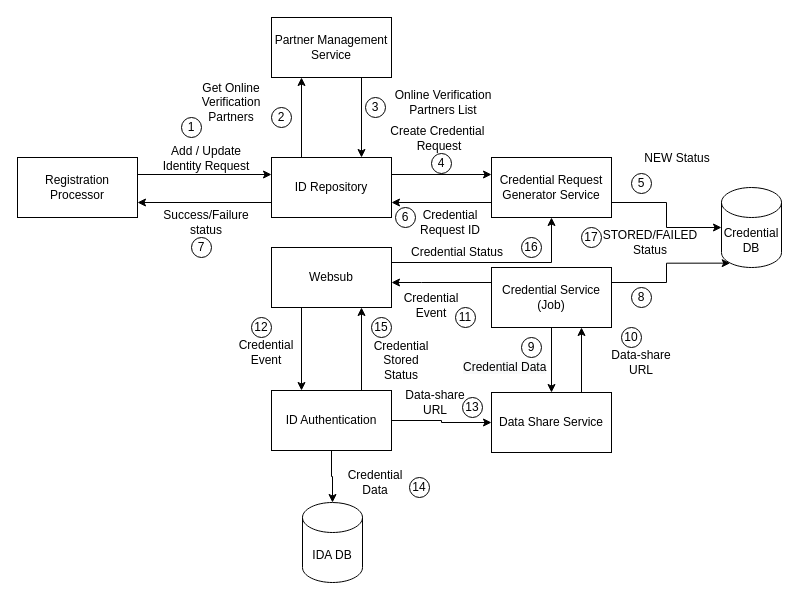
mosip/documentation keeps this draw.io diagram as docs/_images/ida-credential-flow.drawio. Above is the earlier version. Source tidied: cells renumbered, new cells numbered last; positions are measured from the earlier drawing's top-left corner, leaving out a move shared by most shapes. Both pictures are drawn from the tidied source at 100%, with x=0, y=0 at pixel (17, 17).
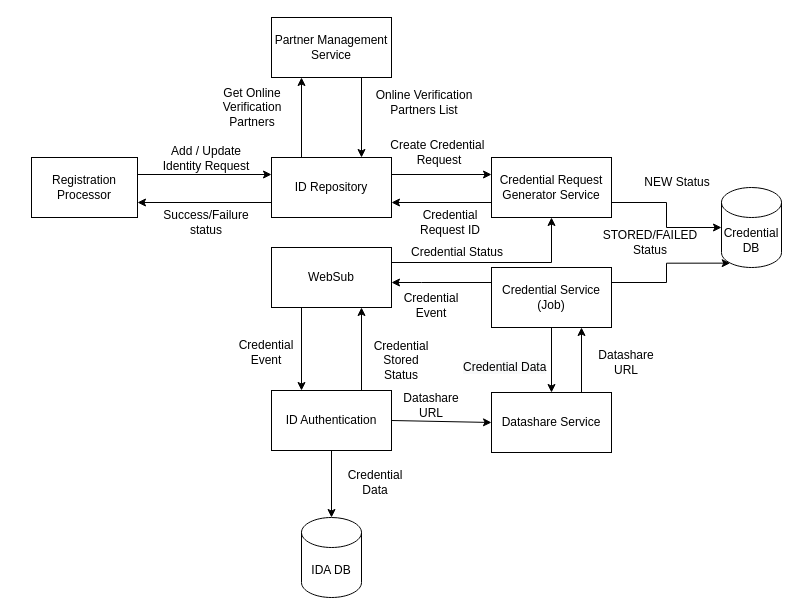
The same diagram, later.

The change refers to these unchanged cells:
```xml
<mxCell id="21" value="ID Authentication" style="rounded=0;whiteSpace=wrap;html=1;" parent="1" vertex="1">
  <mxGeometry x="254" y="373" width="120" height="60" as="geometry" />
</mxCell>
```

Change to the diagram source:
```diff
@@
-    <mxCell id="4" value="Websub" style="rounded=0;whiteSpace=wrap;html=1;" parent="1" vertex="1">
+    <mxCell id="4" value="WebSub" style="rounded=0;whiteSpace=wrap;html=1;" parent="1" vertex="1">
       <mxGeometry x="254" y="230" width="120" height="60" as="geometry" />
     </mxCell>
     <mxCell id="5" value="Registration Processor" style="rounded=0;whiteSpace=wrap;html=1;" parent="1" vertex="1">
-      <mxGeometry y="140" width="120" height="60" as="geometry" />
+      <mxGeometry x="14" y="140" width="106" height="60" as="geometry" />
     </mxCell>
@@
-    <mxCell id="20" style="edgeStyle=orthogonalEdgeStyle;rounded=0;jettySize=auto;html=1;entryX=0;entryY=0.5;entryDx=0;entryDy=0;" parent="1" edge="1" source="21" target="37">
-      <mxGeometry relative="1" as="geometry" />
-    </mxCell>
@@
     <mxCell id="25" value="Get Online Verification Partners" style="text;html=1;strokeColor=none;fillColor=none;align=center;verticalAlign=middle;whiteSpace=wrap;rounded=0;" parent="1" vertex="1">
-      <mxGeometry x="164" y="70" width="100" height="30" as="geometry" />
+      <mxGeometry x="185" y="75" width="100" height="30" as="geometry" />
     </mxCell>
     <mxCell id="26" value="Online Verification Partners List" style="text;html=1;strokeColor=none;fillColor=none;align=center;verticalAlign=middle;whiteSpace=wrap;rounded=0;" parent="1" vertex="1">
-      <mxGeometry x="368" y="70" width="116" height="30" as="geometry" />
+      <mxGeometry x="349" y="70" width="116" height="30" as="geometry" />
     </mxCell>
@@
     <mxCell id="28" value="Create Credential&amp;nbsp;&lt;br&gt;Request" style="text;html=1;strokeColor=none;fillColor=none;align=center;verticalAlign=middle;whiteSpace=wrap;rounded=0;" parent="1" vertex="1">
-      <mxGeometry x="364" y="106" width="116" height="30" as="geometry" />
+      <mxGeometry x="364" y="120" width="116" height="30" as="geometry" />
     </mxCell>
@@
     <mxCell id="30" value="IDA DB" style="shape=cylinder3;whiteSpace=wrap;html=1;boundedLbl=1;backgroundOutline=1;size=15;" parent="1" vertex="1">
-      <mxGeometry x="285" y="485" width="60" height="80" as="geometry" />
+      <mxGeometry x="284" y="500" width="60" height="80" as="geometry" />
     </mxCell>
@@
-    <mxCell id="37" value="Data Share Service" style="rounded=0;whiteSpace=wrap;html=1;" parent="1" vertex="1">
+    <mxCell id="37" value="Datashare Service" style="rounded=0;whiteSpace=wrap;html=1;" parent="1" vertex="1">
       <mxGeometry x="474" y="375" width="120" height="60" as="geometry" />
     </mxCell>
@@
-    <mxCell id="39" value="Data-share URL" style="text;html=1;strokeColor=none;fillColor=none;align=center;verticalAlign=middle;whiteSpace=wrap;rounded=0;" parent="1" vertex="1">
-      <mxGeometry x="584" y="330" width="80" height="30" as="geometry" />
+    <mxCell id="39" value="Datashare URL" style="text;html=1;strokeColor=none;fillColor=none;align=center;verticalAlign=middle;whiteSpace=wrap;rounded=0;" parent="1" vertex="1">
+      <mxGeometry x="574" y="330" width="70" height="30" as="geometry" />
     </mxCell>
-    <mxCell id="40" value="Data-share URL" style="text;html=1;strokeColor=none;fillColor=none;align=center;verticalAlign=middle;whiteSpace=wrap;rounded=0;" parent="1" vertex="1">
-      <mxGeometry x="378" y="370" width="80" height="30" as="geometry" />
+    <mxCell id="40" value="Datashare URL" style="text;html=1;strokeColor=none;fillColor=none;align=center;verticalAlign=middle;whiteSpace=wrap;rounded=0;" parent="1" vertex="1">
+      <mxGeometry x="374" y="375" width="80" height="25" as="geometry" />
     </mxCell>
-    <mxCell id="41" value="1" style="ellipse;whiteSpace=wrap;html=1;" parent="1" vertex="1">
-      <mxGeometry x="164" y="100" width="20" height="20" as="geometry" />
-    </mxCell>
-    <mxCell id="42" value="2" style="ellipse;whiteSpace=wrap;html=1;" parent="1" vertex="1">
-      <mxGeometry x="254" y="90" width="20" height="20" as="geometry" />
-    </mxCell>
-    <mxCell id="43" value="3" style="ellipse;whiteSpace=wrap;html=1;" parent="1" vertex="1">
-      <mxGeometry x="348" y="80" width="20" height="20" as="geometry" />
-    </mxCell>
-    <mxCell id="44" value="4" style="ellipse;whiteSpace=wrap;html=1;" parent="1" vertex="1">
-      <mxGeometry x="414" y="136" width="20" height="20" as="geometry" />
-    </mxCell>
-    <mxCell id="45" value="6" style="ellipse;whiteSpace=wrap;html=1;" parent="1" vertex="1">
-      <mxGeometry x="378" y="190" width="20" height="20" as="geometry" />
-    </mxCell>
-    <mxCell id="46" value="7" style="ellipse;whiteSpace=wrap;html=1;" parent="1" vertex="1">
-      <mxGeometry x="174" y="220" width="20" height="20" as="geometry" />
-    </mxCell>
-    <mxCell id="47" value="5" style="ellipse;whiteSpace=wrap;html=1;" parent="1" vertex="1">
-      <mxGeometry x="614" y="156" width="20" height="20" as="geometry" />
-    </mxCell>
-    <mxCell id="48" value="8" style="ellipse;whiteSpace=wrap;html=1;" parent="1" vertex="1">
-      <mxGeometry x="614" y="270" width="20" height="20" as="geometry" />
-    </mxCell>
-    <mxCell id="49" value="9" style="ellipse;whiteSpace=wrap;html=1;" parent="1" vertex="1">
-      <mxGeometry x="504" y="320" width="20" height="20" as="geometry" />
-    </mxCell>
-    <mxCell id="50" value="10" style="ellipse;whiteSpace=wrap;html=1;" parent="1" vertex="1">
-      <mxGeometry x="604" y="310" width="20" height="20" as="geometry" />
-    </mxCell>
-    <mxCell id="51" value="11" style="ellipse;whiteSpace=wrap;html=1;" parent="1" vertex="1">
-      <mxGeometry x="438" y="290" width="20" height="20" as="geometry" />
-    </mxCell>
-    <mxCell id="52" value="12" style="ellipse;whiteSpace=wrap;html=1;" parent="1" vertex="1">
-      <mxGeometry x="234" y="300" width="20" height="20" as="geometry" />
-    </mxCell>
-    <mxCell id="53" value="15" style="ellipse;whiteSpace=wrap;html=1;" parent="1" vertex="1">
-      <mxGeometry x="354" y="300" width="20" height="20" as="geometry" />
-    </mxCell>
-    <mxCell id="54" value="13" style="ellipse;whiteSpace=wrap;html=1;" parent="1" vertex="1">
-      <mxGeometry x="445" y="380" width="20" height="20" as="geometry" />
-    </mxCell>
-    <mxCell id="55" value="14" style="ellipse;whiteSpace=wrap;html=1;" parent="1" vertex="1">
-      <mxGeometry x="392" y="460" width="20" height="20" as="geometry" />
-    </mxCell>
-    <mxCell id="56" value="16" style="ellipse;whiteSpace=wrap;html=1;" parent="1" vertex="1">
-      <mxGeometry x="504" y="220" width="20" height="20" as="geometry" />
-    </mxCell>
@@
-    <mxCell id="58" value="17" style="ellipse;whiteSpace=wrap;html=1;" parent="1" vertex="1">
-      <mxGeometry x="564" y="210" width="20" height="20" as="geometry" />
-    </mxCell>
     <mxCell id="59" value="NEW Status" style="text;html=1;strokeColor=none;fillColor=none;align=center;verticalAlign=middle;whiteSpace=wrap;rounded=0;" parent="1" vertex="1">
-      <mxGeometry x="604" y="126" width="112" height="30" as="geometry" />
+      <mxGeometry x="604" y="150" width="112" height="30" as="geometry" />
     </mxCell>
@@
+    <mxCell id="20" style="endArrow=classic;html=1;rounded=0;entryX=0;entryY=0.5;entryDx=0;entryDy=0;exitX=1;exitY=0.5;exitDx=0;exitDy=0;" parent="1" edge="1" source="21" target="37">
+      <mxGeometry relative="1" as="geometry" />
+    </mxCell>
```
